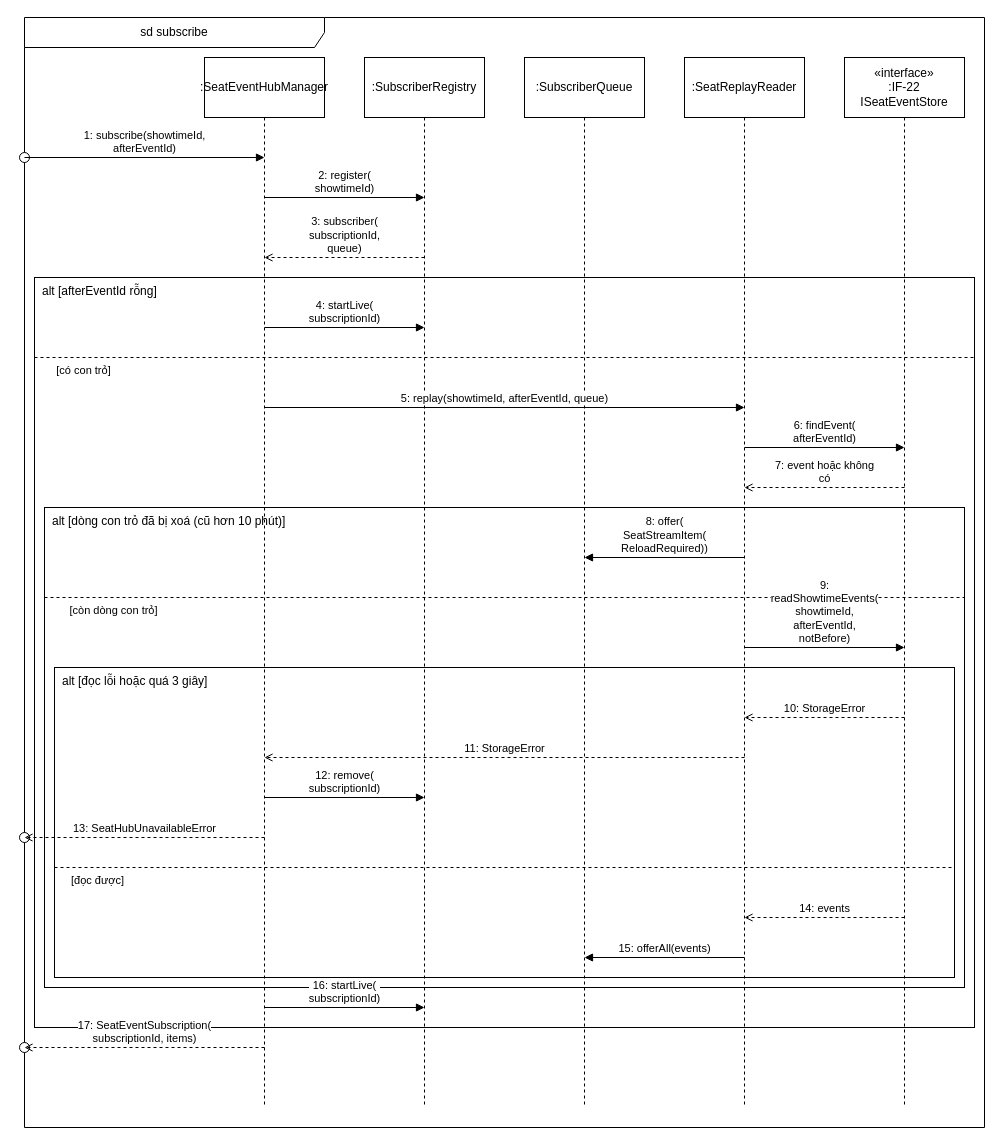
The draw.io diagram page "Hộp trắng - subscribe" (2 of 5) of design/diagrams/P11b-subsystem-SS-03.drawio in luytbq/app-dat-ve-xem-phim, before the edit. Source tidied: cells renumbered, new cells numbered last; positions are measured from the earlier drawing's top-left corner, leaving out a move shared by most shapes. Both pictures are drawn from the tidied source at 100%, with x=0, y=0 at pixel (19, 17).
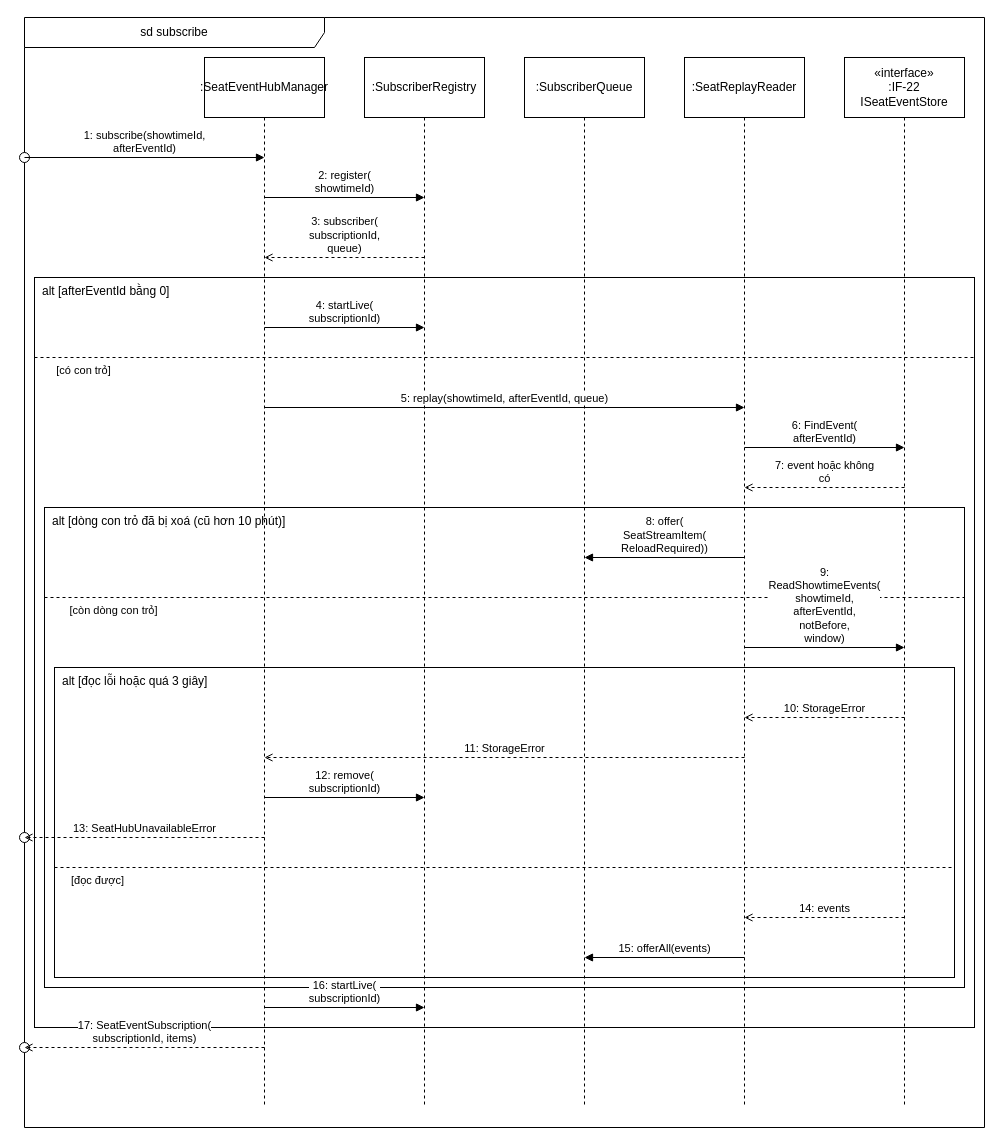
After the change.

What changed in the source:
```diff
@@
-    <mxCell id="8" value="alt [afterEventId rỗng]" style="rounded=0;whiteSpace=wrap;html=1;fillColor=none;align=left;verticalAlign=top;spacingLeft=6;" parent="1" vertex="1">
+    <mxCell id="8" value="alt [afterEventId bằng 0]" style="rounded=0;whiteSpace=wrap;html=1;fillColor=none;align=left;verticalAlign=top;spacingLeft=6;" parent="1" vertex="1">
       <mxGeometry x="15" y="260" width="940" height="750" as="geometry" />
     </mxCell>
@@
-    <mxCell id="22" value="6: findEvent(&lt;br&gt;afterEventId)" style="endArrow=block;endFill=1;html=1;verticalAlign=bottom;" parent="1" edge="1">
+    <mxCell id="22" value="6: FindEvent(&lt;br&gt;afterEventId)" style="endArrow=block;endFill=1;html=1;verticalAlign=bottom;" parent="1" edge="1">
       <mxGeometry relative="1" as="geometry">
         <mxPoint x="725" y="430" as="sourcePoint" />
         <mxPoint x="885" y="430" as="targetPoint" />
       </mxGeometry>
     </mxCell>
@@
-    <mxCell id="25" value="9:&lt;br&gt;readShowtimeEvents(&lt;br&gt;showtimeId,&lt;br&gt;afterEventId,&lt;br&gt;notBefore)" style="endArrow=block;endFill=1;html=1;verticalAlign=bottom;" parent="1" edge="1">
+    <mxCell id="25" value="9:&lt;br&gt;ReadShowtimeEvents(&lt;br&gt;showtimeId,&lt;br&gt;afterEventId,&lt;br&gt;notBefore,&lt;br&gt;window)" style="endArrow=block;endFill=1;html=1;verticalAlign=bottom;" parent="1" edge="1">
       <mxGeometry relative="1" as="geometry">
         <mxPoint x="725" y="630" as="sourcePoint" />
         <mxPoint x="885" y="630" as="targetPoint" />
       </mxGeometry>
     </mxCell>
```
